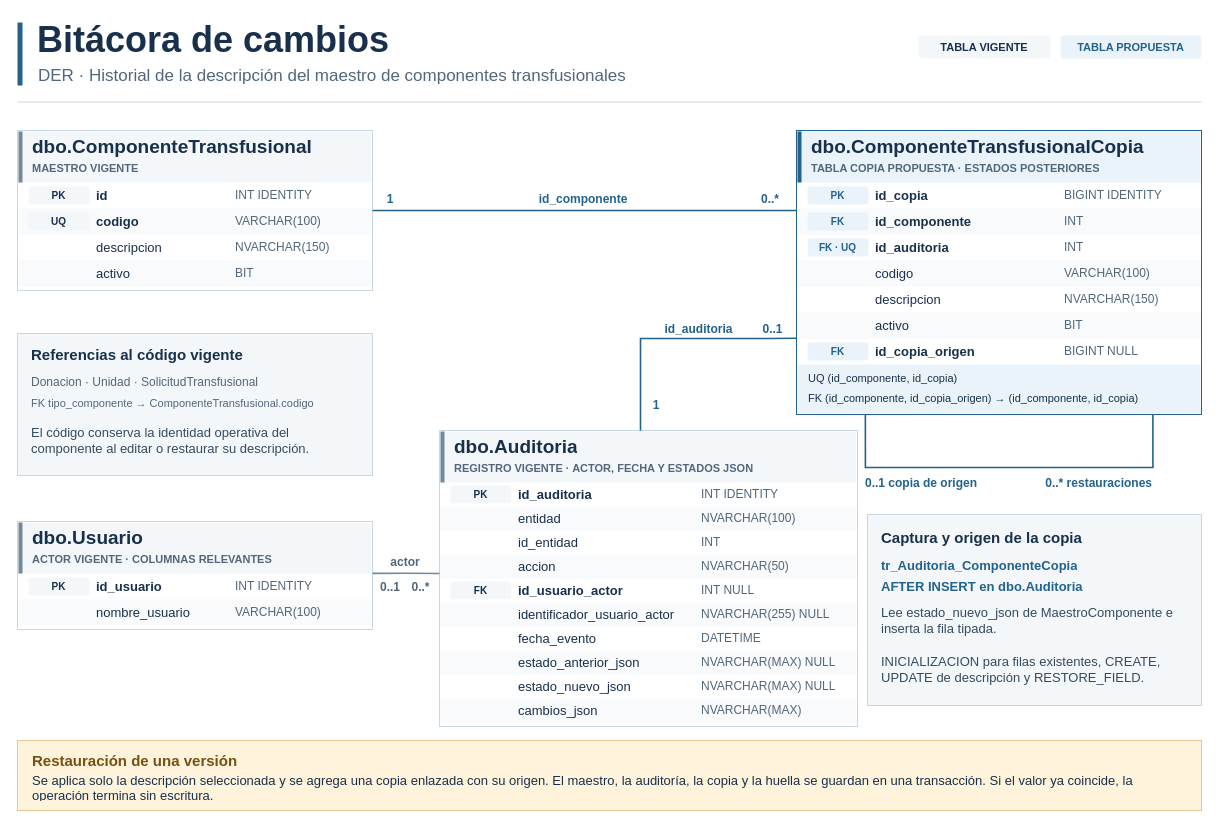
Earlier version of the draw.io diagram Diagramas/Bitacora de cambios/T06b - Maestro de componentes - DER.drawio (juanNH/Ingenieria-de-Software). Source tidied: cells renumbered, new cells numbered last; positions are measured from the earlier drawing's top-left corner, leaving out a move shared by most shapes. Both pictures are drawn from the tidied source at 100%, with x=0, y=0 at pixel (17, 17).
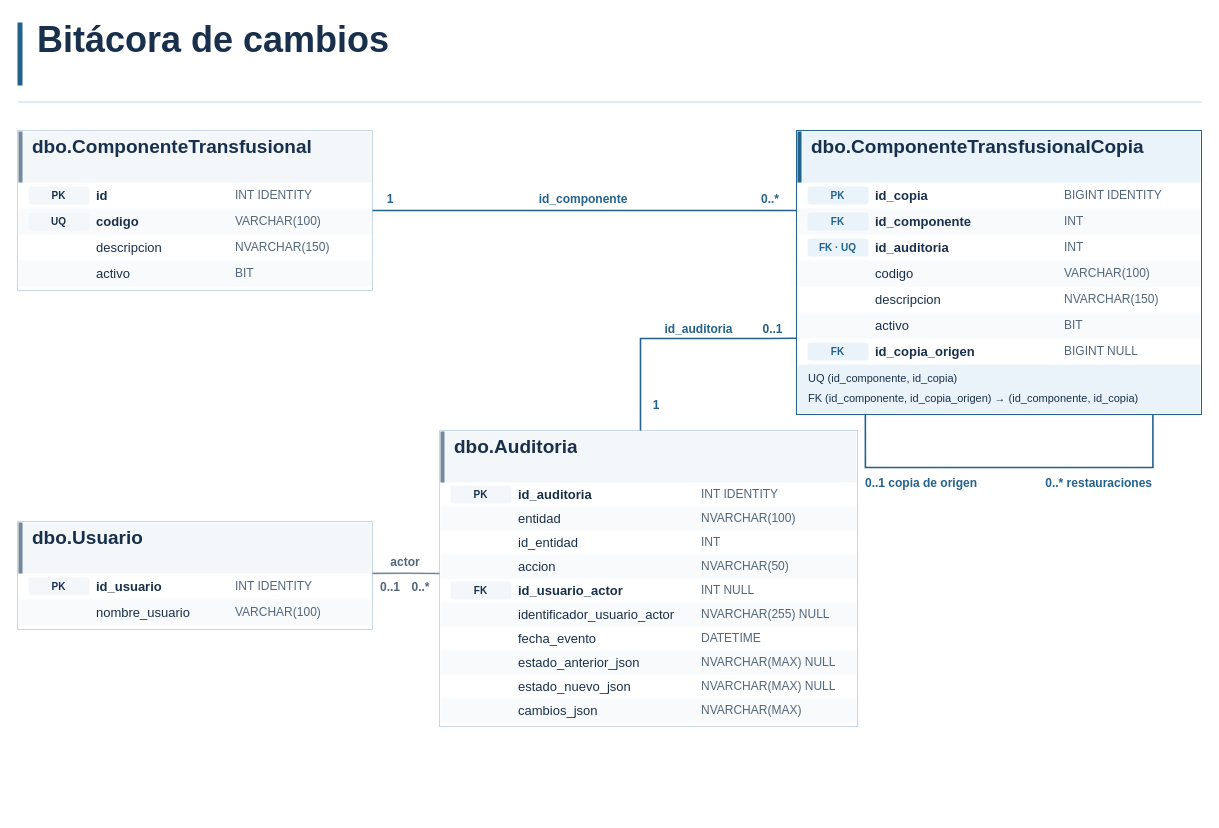
Above is the later version.

The change refers to these unchanged cells:
```xml
<mxCell id="8" style="rounded=0;absoluteArcSize=1;arcSize=12;html=0;whiteSpace=wrap;fillColor=#FFFFFF;strokeColor=#C7D7E5;strokeWidth=1;" parent="1" vertex="1">
  <mxGeometry y="113" width="355" height="160" as="geometry" />
</mxCell>
<mxCell id="25" style="rounded=0;absoluteArcSize=1;arcSize=12;html=0;whiteSpace=wrap;fillColor=#FFFFFF;strokeColor=#23628D;strokeWidth=1;" parent="1" vertex="1">
  <mxGeometry x="779" y="113" width="405" height="284" as="geometry" />
</mxCell>
<mxCell id="54" style="rounded=0;absoluteArcSize=1;arcSize=12;html=0;whiteSpace=wrap;fillColor=#FFFFFF;strokeColor=#C7D7E5;strokeWidth=1;" parent="1" vertex="1">
  <mxGeometry x="422" y="413" width="418" height="296" as="geometry" />
</mxCell>
<mxCell id="86" style="rounded=0;absoluteArcSize=1;arcSize=12;html=0;whiteSpace=wrap;fillColor=#FFFFFF;strokeColor=#C7D7E5;strokeWidth=1;" parent="1" vertex="1">
  <mxGeometry y="504" width="355" height="108" as="geometry" />
</mxCell>
```

What changed in the source:
```diff
@@
-    <mxCell id="4" value="DER · Historial de la descripción del maestro de componentes transfusionales" style="text;html=0;strokeColor=none;fillColor=none;whiteSpace=wrap;overflow=hidden;verticalAlign=middle;align=left;spacing=0;fontFamily=Arial;fontSize=17;fontColor=#52677B;fontStyle=0;" parent="1" vertex="1">
-      <mxGeometry x="21" y="46" width="820" height="26" as="geometry" />
-    </mxCell>
-    <mxCell id="5" value="TABLA VIGENTE" style="rounded=1;absoluteArcSize=1;arcSize=8;html=0;fillColor=#F4F7FA;strokeColor=none;align=center;verticalAlign=middle;fontFamily=Arial;fontSize=11;fontColor=#18304B;fontStyle=1;" parent="1" vertex="1">
-      <mxGeometry x="901" y="18" width="132" height="23" as="geometry" />
-    </mxCell>
-    <mxCell id="6" value="TABLA PROPUESTA" style="rounded=1;absoluteArcSize=1;arcSize=8;html=0;fillColor=#EAF3FA;strokeColor=none;align=center;verticalAlign=middle;fontFamily=Arial;fontSize=11;fontColor=#23628D;fontStyle=1;" parent="1" vertex="1">
-      <mxGeometry x="1043" y="18" width="141" height="23" as="geometry" />
-    </mxCell>
@@
-    <mxCell id="12" value="MAESTRO VIGENTE" style="text;html=0;strokeColor=none;fillColor=none;whiteSpace=wrap;overflow=hidden;verticalAlign=middle;align=left;spacing=0;fontFamily=Arial;fontSize=11;fontColor=#52677B;fontStyle=1;" parent="8" vertex="1">
-      <mxGeometry x="15" y="29" width="325" height="17" as="geometry" />
-    </mxCell>
@@
-    <mxCell id="29" value="TABLA COPIA PROPUESTA · ESTADOS POSTERIORES" style="text;html=0;strokeColor=none;fillColor=none;whiteSpace=wrap;overflow=hidden;verticalAlign=middle;align=left;spacing=0;fontFamily=Arial;fontSize=11;fontColor=#52677B;fontStyle=1;" parent="25" vertex="1">
-      <mxGeometry x="15" y="29" width="375" height="17" as="geometry" />
-    </mxCell>
@@
-    <mxCell id="58" value="REGISTRO VIGENTE · ACTOR, FECHA Y ESTADOS JSON" style="text;html=0;strokeColor=none;fillColor=none;whiteSpace=wrap;overflow=hidden;verticalAlign=middle;align=left;spacing=0;fontFamily=Arial;fontSize=11;fontColor=#52677B;fontStyle=1;" parent="54" vertex="1">
-      <mxGeometry x="15" y="29" width="388" height="17" as="geometry" />
-    </mxCell>
@@
-    <mxCell id="90" value="ACTOR VIGENTE · COLUMNAS RELEVANTES" style="text;html=0;strokeColor=none;fillColor=none;whiteSpace=wrap;overflow=hidden;verticalAlign=middle;align=left;spacing=0;fontFamily=Arial;fontSize=11;fontColor=#52677B;fontStyle=1;" parent="86" vertex="1">
-      <mxGeometry x="15" y="29" width="325" height="17" as="geometry" />
-    </mxCell>
@@
-    <mxCell id="112" style="rounded=0;absoluteArcSize=1;arcSize=12;html=0;whiteSpace=wrap;fillColor=#F4F7FA;strokeColor=#C7D7E5;strokeWidth=1;" parent="1" vertex="1">
-      <mxGeometry y="316" width="355" height="142" as="geometry" />
-    </mxCell>
-    <mxCell id="113" value="Referencias al código vigente" style="text;html=0;strokeColor=none;fillColor=none;whiteSpace=wrap;overflow=hidden;verticalAlign=middle;align=left;spacing=0;fontFamily=Arial;fontSize=15;fontColor=#18304B;fontStyle=1;" parent="1" vertex="1">
-      <mxGeometry x="14" y="325" width="327" height="24" as="geometry" />
-    </mxCell>
-    <mxCell id="114" value="Donacion · Unidad · SolicitudTransfusional" style="text;html=0;strokeColor=none;fillColor=none;whiteSpace=wrap;overflow=hidden;verticalAlign=middle;align=left;spacing=0;fontFamily=Arial;fontSize=12;fontColor=#52677B;fontStyle=0;" parent="1" vertex="1">
-      <mxGeometry x="14" y="356" width="327" height="18" as="geometry" />
-    </mxCell>
-    <mxCell id="115" value="FK tipo_componente → ComponenteTransfusional.codigo" style="text;html=0;strokeColor=none;fillColor=none;whiteSpace=wrap;overflow=hidden;verticalAlign=middle;align=left;spacing=0;fontFamily=Arial;fontSize=11;fontColor=#52677B;fontStyle=0;" parent="1" vertex="1">
-      <mxGeometry x="14" y="377" width="327" height="18" as="geometry" />
-    </mxCell>
-    <mxCell id="116" value="El código conserva la identidad operativa del componente al editar o restaurar su descripción." style="text;html=0;strokeColor=none;fillColor=none;whiteSpace=wrap;overflow=hidden;verticalAlign=middle;align=left;spacing=0;fontFamily=Arial;fontSize=13;fontColor=#344B60;fontStyle=0;" parent="1" vertex="1">
-      <mxGeometry x="14" y="402" width="327" height="42" as="geometry" />
-    </mxCell>
-    <mxCell id="117" style="rounded=0;absoluteArcSize=1;arcSize=12;html=0;whiteSpace=wrap;fillColor=#F4F7FA;strokeColor=#C7D7E5;strokeWidth=1;" parent="1" vertex="1">
-      <mxGeometry x="850" y="497" width="334" height="191" as="geometry" />
-    </mxCell>
-    <mxCell id="118" value="Captura y origen de la copia" style="text;html=0;strokeColor=none;fillColor=none;whiteSpace=wrap;overflow=hidden;verticalAlign=middle;align=left;spacing=0;fontFamily=Arial;fontSize=15;fontColor=#18304B;fontStyle=1;" parent="1" vertex="1">
-      <mxGeometry x="864" y="508" width="304" height="24" as="geometry" />
-    </mxCell>
-    <mxCell id="119" value="tr_Auditoria_ComponenteCopia" style="text;html=0;strokeColor=none;fillColor=none;whiteSpace=wrap;overflow=hidden;verticalAlign=middle;align=left;spacing=0;fontFamily=Arial;fontSize=13;fontColor=#23628D;fontStyle=1;" parent="1" vertex="1">
-      <mxGeometry x="864" y="539" width="304" height="18" as="geometry" />
-    </mxCell>
-    <mxCell id="120" value="AFTER INSERT en dbo.Auditoria" style="text;html=0;strokeColor=none;fillColor=none;whiteSpace=wrap;overflow=hidden;verticalAlign=middle;align=left;spacing=0;fontFamily=Arial;fontSize=13;fontColor=#23628D;fontStyle=1;" parent="1" vertex="1">
-      <mxGeometry x="864" y="560" width="304" height="18" as="geometry" />
-    </mxCell>
-    <mxCell id="121" value="Lee estado_nuevo_json de MaestroComponente e inserta la fila tipada." style="text;html=0;strokeColor=none;fillColor=none;whiteSpace=wrap;overflow=hidden;verticalAlign=middle;align=left;spacing=0;fontFamily=Arial;fontSize=13;fontColor=#344B60;fontStyle=0;" parent="1" vertex="1">
-      <mxGeometry x="864" y="584" width="304" height="38" as="geometry" />
-    </mxCell>
-    <mxCell id="122" value="INICIALIZACION para filas existentes, CREATE, UPDATE de descripción y RESTORE_FIELD." style="text;html=0;strokeColor=none;fillColor=none;whiteSpace=wrap;overflow=hidden;verticalAlign=middle;align=left;spacing=0;fontFamily=Arial;fontSize=13;fontColor=#344B60;fontStyle=0;" parent="1" vertex="1">
-      <mxGeometry x="864" y="628" width="304" height="48" as="geometry" />
-    </mxCell>
-    <mxCell id="123" style="rounded=0;absoluteArcSize=1;arcSize=12;html=0;whiteSpace=wrap;fillColor=#FFF3DB;strokeColor=#E2CA95;strokeWidth=1;" parent="1" vertex="1">
-      <mxGeometry y="723" width="1184" height="70" as="geometry" />
-    </mxCell>
-    <mxCell id="124" value="Restauración de una versión" style="text;html=0;strokeColor=none;fillColor=none;whiteSpace=wrap;overflow=hidden;verticalAlign=middle;align=left;spacing=0;fontFamily=Arial;fontSize=15;fontColor=#764F13;fontStyle=1;" parent="1" vertex="1">
-      <mxGeometry x="15" y="732" width="1139" height="21" as="geometry" />
-    </mxCell>
-    <mxCell id="125" value="Se aplica solo la descripción seleccionada y se agrega una copia enlazada con su origen. El maestro, la auditoría, la copia y la huella se guardan en una transacción. Si el valor ya coincide, la operación termina sin escritura." style="text;html=0;strokeColor=none;fillColor=none;whiteSpace=wrap;overflow=hidden;verticalAlign=middle;align=left;spacing=0;fontFamily=Arial;fontSize=13;fontColor=#18304B;fontStyle=0;" parent="1" vertex="1">
-      <mxGeometry x="15" y="755" width="1139" height="28" as="geometry" />
-    </mxCell>
```
